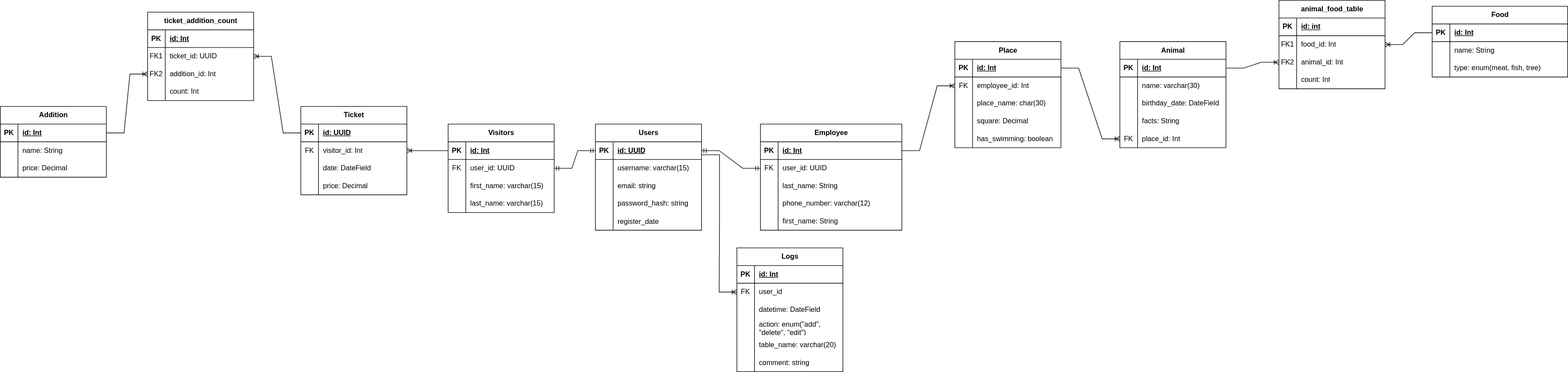
The draw.io diagram DM&DBMS.drawio.svg in mi-g-alex/DM-DBMS, before a commit. Source tidied: cells renumbered, new cells last; positions are measured from the earlier drawing's top-left corner, leaving out a move shared by most shapes.
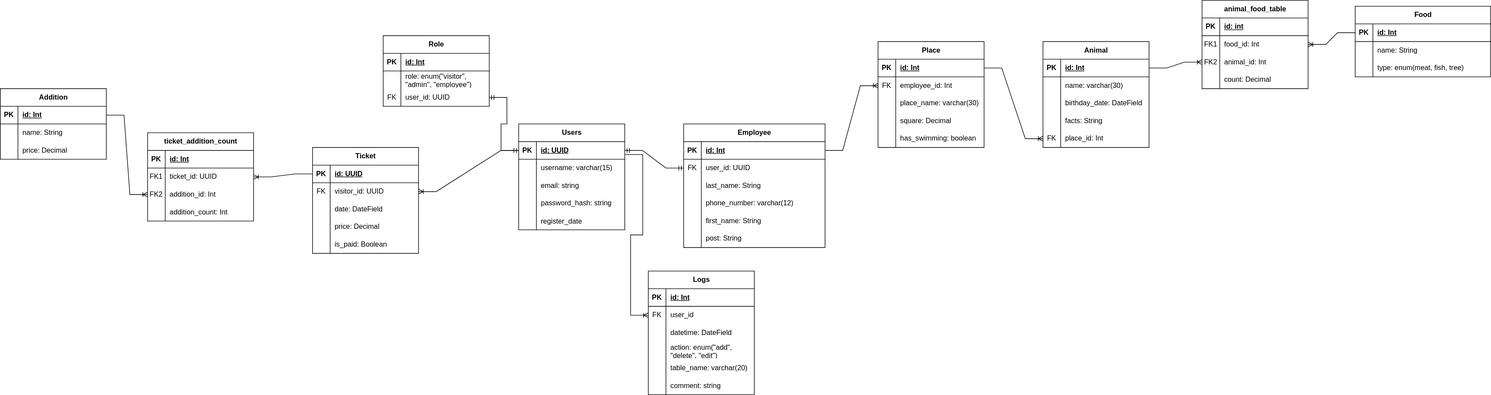
Above is the later version.

What changed in the source:
```diff
@@ -50,50 +50,8 @@
     <mxCell id="17" value="register_date" style="shape=partialRectangle;fillColor=none;top=0;left=0;bottom=0;right=0;align=left;spacingLeft=6;overflow=hidden;" parent="15" vertex="1">
       <mxGeometry x="30" width="150" height="30" as="geometry" />
     </mxCell>
-    <mxCell id="18" value="Visitors" style="shape=table;startSize=30;rowLines=0;fontStyle=1;align=center;html=1;" parent="1" vertex="1">
-      <mxGeometry x="760" y="210" width="180" height="150" as="geometry" />
-    </mxCell>
-    <mxCell id="19" style="shape=tableRow;horizontal=0;startSize=0;swimlaneHead=0;swimlaneBody=0;fillColor=none;points=[[0,0.5],[1,0.5]];portConstraint=eastwest;top=0;left=0;right=0;bottom=1;" parent="18" vertex="1">
-      <mxGeometry y="30" width="180" height="30" as="geometry" />
-    </mxCell>
-    <mxCell id="20" value="PK" style="shape=partialRectangle;fillColor=none;top=0;left=0;bottom=0;right=0;fontStyle=1;overflow=hidden;whiteSpace=wrap;html=1;" parent="19" vertex="1">
-      <mxGeometry width="30" height="30" as="geometry" />
-    </mxCell>
-    <mxCell id="21" value="id: Int" style="shape=partialRectangle;fillColor=none;top=0;left=0;bottom=0;right=0;align=left;spacingLeft=6;fontStyle=5;overflow=hidden;whiteSpace=wrap;html=1;" parent="19" vertex="1">
-      <mxGeometry x="30" width="150" height="30" as="geometry" />
-    </mxCell>
-    <mxCell id="22" style="shape=tableRow;horizontal=0;startSize=0;swimlaneHead=0;swimlaneBody=0;fillColor=none;points=[[0,0.5],[1,0.5]];portConstraint=eastwest;top=0;left=0;right=0;bottom=0;" parent="18" vertex="1">
-      <mxGeometry y="60" width="180" height="30" as="geometry" />
-    </mxCell>
-    <mxCell id="23" value="FK" style="shape=partialRectangle;fillColor=none;top=0;left=0;bottom=0;right=0;overflow=hidden;whiteSpace=wrap;html=1;" parent="22" vertex="1">
-      <mxGeometry width="30" height="30" as="geometry" />
-    </mxCell>
-    <mxCell id="24" value="user_id: UUID" style="shape=partialRectangle;fillColor=none;top=0;left=0;bottom=0;right=0;align=left;spacingLeft=6;overflow=hidden;whiteSpace=wrap;html=1;" parent="22" vertex="1">
-      <mxGeometry x="30" width="150" height="30" as="geometry" />
-    </mxCell>
-    <mxCell id="25" style="shape=tableRow;horizontal=0;startSize=0;swimlaneHead=0;swimlaneBody=0;fillColor=none;points=[[0,0.5],[1,0.5]];portConstraint=eastwest;top=0;left=0;right=0;bottom=0;" parent="18" vertex="1">
-      <mxGeometry y="90" width="180" height="30" as="geometry" />
-    </mxCell>
-    <mxCell id="26" style="shape=partialRectangle;fillColor=none;top=0;left=0;bottom=0;right=0;overflow=hidden;whiteSpace=wrap;html=1;" parent="25" vertex="1">
-      <mxGeometry width="30" height="30" as="geometry" />
-    </mxCell>
-    <mxCell id="27" value="first_name: varchar(15)" style="shape=partialRectangle;fillColor=none;top=0;left=0;bottom=0;right=0;align=left;spacingLeft=6;overflow=hidden;whiteSpace=wrap;html=1;" parent="25" vertex="1">
-      <mxGeometry x="30" width="150" height="30" as="geometry" />
-    </mxCell>
-    <mxCell id="28" style="shape=tableRow;horizontal=0;startSize=0;swimlaneHead=0;swimlaneBody=0;fillColor=none;top=0;left=0;right=0;bottom=0;" parent="18" vertex="1">
-      <mxGeometry y="120" width="180" height="30" as="geometry" />
-    </mxCell>
-    <mxCell id="29" style="shape=partialRectangle;fillColor=none;top=0;left=0;bottom=0;right=0;overflow=hidden;whiteSpace=wrap;html=1;" parent="28" vertex="1">
-      <mxGeometry width="30" height="30" as="geometry" />
-    </mxCell>
-    <mxCell id="30" value="last_name: varchar(15)" style="shape=partialRectangle;fillColor=none;top=0;left=0;bottom=0;right=0;align=left;spacingLeft=6;overflow=hidden;whiteSpace=wrap;html=1;" parent="28" vertex="1">
-      <mxGeometry x="30" width="150" height="30" as="geometry" />
-    </mxCell>
-    <mxCell id="31" style="edgeStyle=entityRelationEdgeStyle;fontSize=12;html=1;endArrow=ERmandOne;rounded=0;exitX=0;exitY=0.5;exitDx=0;exitDy=0;entryX=1;entryY=0.5;entryDx=0;entryDy=0;endFill=0;startArrow=ERmandOne;startFill=0;" parent="1" edge="1" source="3" target="22">
-      <mxGeometry relative="1" as="geometry" />
-    </mxCell>
     <mxCell id="32" value="Ticket" style="shape=table;startSize=30;rowLines=0;fontStyle=1;align=center;html=1;" parent="1" vertex="1">
-      <mxGeometry x="510" y="180" width="180" height="150" as="geometry" />
+      <mxGeometry x="660" y="250" width="180" height="180" as="geometry" />
     </mxCell>
     <mxCell id="33" style="shape=tableRow;horizontal=0;startSize=0;swimlaneHead=0;swimlaneBody=0;fillColor=none;points=[[0,0.5],[1,0.5]];portConstraint=eastwest;top=0;left=0;right=0;bottom=1;" parent="32" vertex="1">
       <mxGeometry y="30" width="180" height="30" as="geometry" />
@@ -110,7 +68,7 @@
     <mxCell id="37" value="FK" style="shape=partialRectangle;fillColor=none;top=0;left=0;bottom=0;right=0;overflow=hidden;whiteSpace=wrap;html=1;" parent="36" vertex="1">
       <mxGeometry width="30" height="30" as="geometry" />
     </mxCell>
-    <mxCell id="38" value="visitor&lt;span style=&quot;background-color: initial;&quot;&gt;_id: Int&lt;/span&gt;" style="shape=partialRectangle;fillColor=none;top=0;left=0;bottom=0;right=0;align=left;spacingLeft=6;overflow=hidden;whiteSpace=wrap;html=1;" parent="36" vertex="1">
+    <mxCell id="38" value="visitor&lt;span style=&quot;background-color: initial;&quot;&gt;_id: UUID&lt;/span&gt;" style="shape=partialRectangle;fillColor=none;top=0;left=0;bottom=0;right=0;align=left;spacingLeft=6;overflow=hidden;whiteSpace=wrap;html=1;" parent="36" vertex="1">
       <mxGeometry x="30" width="150" height="30" as="geometry" />
     </mxCell>
     <mxCell id="39" style="shape=tableRow;horizontal=0;startSize=0;swimlaneHead=0;swimlaneBody=0;fillColor=none;top=0;left=0;right=0;bottom=0;" parent="32" vertex="1">
@@ -131,8 +89,17 @@
     <mxCell id="44" value="price: Decimal" style="shape=partialRectangle;fillColor=none;top=0;left=0;bottom=0;right=0;align=left;spacingLeft=6;overflow=hidden;whiteSpace=wrap;html=1;" parent="42" vertex="1">
       <mxGeometry x="30" width="150" height="30" as="geometry" />
     </mxCell>
+    <mxCell id="167" style="shape=tableRow;horizontal=0;startSize=0;swimlaneHead=0;swimlaneBody=0;fillColor=none;top=0;left=0;right=0;bottom=0;" parent="32" vertex="1">
+      <mxGeometry y="150" width="180" height="30" as="geometry" />
+    </mxCell>
+    <mxCell id="168" style="shape=partialRectangle;fillColor=none;top=0;left=0;bottom=0;right=0;overflow=hidden;whiteSpace=wrap;html=1;" parent="167" vertex="1">
+      <mxGeometry width="30" height="30" as="geometry" />
+    </mxCell>
+    <mxCell id="169" value="is_paid: Boolean" style="shape=partialRectangle;fillColor=none;top=0;left=0;bottom=0;right=0;align=left;spacingLeft=6;overflow=hidden;whiteSpace=wrap;html=1;" parent="167" vertex="1">
+      <mxGeometry x="30" width="150" height="30" as="geometry" />
+    </mxCell>
     <mxCell id="45" value="Addition" style="shape=table;startSize=30;rowLines=0;fontStyle=1;align=center;html=1;" parent="1" vertex="1">
-      <mxGeometry y="180" width="180" height="120" as="geometry" />
+      <mxGeometry x="130" y="150" width="180" height="120" as="geometry" />
     </mxCell>
     <mxCell id="46" style="shape=tableRow;horizontal=0;startSize=0;swimlaneHead=0;swimlaneBody=0;fillColor=none;points=[[0,0.5],[1,0.5]];portConstraint=eastwest;top=0;left=0;right=0;bottom=1;" parent="45" vertex="1">
       <mxGeometry y="30" width="180" height="30" as="geometry" />
@@ -162,7 +129,7 @@
       <mxGeometry x="30" width="150" height="30" as="geometry" />
     </mxCell>
     <mxCell id="55" value="ticket_addition_count" style="shape=table;startSize=30;rowLines=0;fontStyle=1;align=center;html=1;" parent="1" vertex="1">
-      <mxGeometry x="250" y="20" width="180" height="150" as="geometry" />
+      <mxGeometry x="380" y="225" width="180" height="150" as="geometry" />
     </mxCell>
     <mxCell id="56" style="shape=tableRow;horizontal=0;startSize=0;swimlaneHead=0;swimlaneBody=0;fillColor=none;top=0;left=0;right=0;bottom=1;" parent="55" vertex="1">
       <mxGeometry y="30" width="180" height="30" as="geometry" />
@@ -197,11 +164,16 @@
     <mxCell id="66" style="shape=partialRectangle;fillColor=none;top=0;left=0;bottom=0;right=0;overflow=hidden;whiteSpace=wrap;html=1;" parent="65" vertex="1">
       <mxGeometry width="30" height="30" as="geometry" />
     </mxCell>
-    <mxCell id="67" value="count: Int" style="shape=partialRectangle;fillColor=none;top=0;left=0;bottom=0;right=0;align=left;spacingLeft=6;overflow=hidden;whiteSpace=wrap;html=1;" parent="65" vertex="1">
+    <mxCell id="67" value="addition_count: Int" style="shape=partialRectangle;fillColor=none;top=0;left=0;bottom=0;right=0;align=left;spacingLeft=6;overflow=hidden;whiteSpace=wrap;html=1;" parent="65" vertex="1">
       <mxGeometry x="30" width="150" height="30" as="geometry" />
     </mxCell>
-    <mxCell id="68" style="edgeStyle=entityRelationEdgeStyle;fontSize=12;html=1;endArrow=ERoneToMany;rounded=0;exitX=0;exitY=0.5;exitDx=0;exitDy=0;entryX=1;entryY=0.5;entryDx=0;entryDy=0;" parent="1" edge="1" source="19" target="36">
-      <mxGeometry relative="1" as="geometry" />
+    <mxCell id="68" style="edgeStyle=entityRelationEdgeStyle;fontSize=12;html=1;endArrow=ERoneToMany;rounded=0;exitX=0;exitY=0.5;exitDx=0;exitDy=0;entryX=1;entryY=0.5;entryDx=0;entryDy=0;" parent="1" edge="1" source="3" target="36">
+      <mxGeometry relative="1" as="geometry">
+        <Array as="points">
+          <mxPoint x="1010" y="255" />
+          <mxPoint x="880" y="255" />
+        </Array>
+      </mxGeometry>
     </mxCell>
     <mxCell id="69" style="edgeStyle=entityRelationEdgeStyle;fontSize=12;html=1;endArrow=ERoneToMany;rounded=0;exitX=1;exitY=0.5;exitDx=0;exitDy=0;entryX=0;entryY=0.5;entryDx=0;entryDy=0;" parent="1" edge="1" source="46" target="62">
       <mxGeometry relative="1" as="geometry" />
@@ -210,7 +182,7 @@
       <mxGeometry relative="1" as="geometry" />
     </mxCell>
     <mxCell id="71" value="Employee" style="shape=table;startSize=30;rowLines=0;fontStyle=1;align=center;html=1;" parent="1" vertex="1">
-      <mxGeometry x="1290" y="210" width="240" height="180" as="geometry" />
+      <mxGeometry x="1290" y="210" width="240" height="210" as="geometry" />
     </mxCell>
     <mxCell id="72" style="shape=tableRow;horizontal=0;startSize=0;swimlaneHead=0;swimlaneBody=0;fillColor=none;points=[[0,0.5],[1,0.5]];portConstraint=eastwest;top=0;left=0;right=0;bottom=1;" parent="71" vertex="1">
       <mxGeometry y="30" width="240" height="30" as="geometry" />
@@ -257,6 +229,15 @@
     <mxCell id="86" value="first_name: String" style="shape=partialRectangle;fillColor=none;top=0;left=0;bottom=0;right=0;align=left;spacingLeft=6;overflow=hidden;whiteSpace=wrap;html=1;" parent="84" vertex="1">
       <mxGeometry x="30" width="210" height="30" as="geometry" />
     </mxCell>
+    <mxCell id="170" style="shape=tableRow;horizontal=0;startSize=0;swimlaneHead=0;swimlaneBody=0;fillColor=none;top=0;left=0;right=0;bottom=0;" parent="71" vertex="1">
+      <mxGeometry y="180" width="240" height="30" as="geometry" />
+    </mxCell>
+    <mxCell id="171" style="shape=partialRectangle;fillColor=none;top=0;left=0;bottom=0;right=0;overflow=hidden;whiteSpace=wrap;html=1;" parent="170" vertex="1">
+      <mxGeometry width="30" height="30" as="geometry" />
+    </mxCell>
+    <mxCell id="172" value="post: String" style="shape=partialRectangle;fillColor=none;top=0;left=0;bottom=0;right=0;align=left;spacingLeft=6;overflow=hidden;whiteSpace=wrap;html=1;" parent="170" vertex="1">
+      <mxGeometry x="30" width="210" height="30" as="geometry" />
+    </mxCell>
     <mxCell id="87" value="Place" style="shape=table;startSize=30;rowLines=0;fontStyle=1;align=center;html=1;" parent="1" vertex="1">
       <mxGeometry x="1620" y="70" width="180" height="180" as="geometry" />
     </mxCell>
@@ -284,7 +265,7 @@
     <mxCell id="95" style="shape=partialRectangle;fillColor=none;top=0;left=0;bottom=0;right=0;overflow=hidden;whiteSpace=wrap;html=1;" parent="94" vertex="1">
       <mxGeometry width="30" height="30" as="geometry" />
     </mxCell>
-    <mxCell id="96" value="place_name: char(30)" style="shape=partialRectangle;fillColor=none;top=0;left=0;bottom=0;right=0;align=left;spacingLeft=6;overflow=hidden;whiteSpace=wrap;html=1;" parent="94" vertex="1">
+    <mxCell id="96" value="place_name: varchar(30)" style="shape=partialRectangle;fillColor=none;top=0;left=0;bottom=0;right=0;align=left;spacingLeft=6;overflow=hidden;whiteSpace=wrap;html=1;" parent="94" vertex="1">
       <mxGeometry x="30" width="150" height="30" as="geometry" />
     </mxCell>
     <mxCell id="97" style="shape=tableRow;horizontal=0;startSize=0;swimlaneHead=0;swimlaneBody=0;fillColor=none;top=0;left=0;right=0;bottom=0;" parent="87" vertex="1">
@@ -422,7 +403,7 @@
     <mxCell id="141" style="shape=partialRectangle;fillColor=none;top=0;left=0;bottom=0;right=0;overflow=hidden;whiteSpace=wrap;html=1;" parent="140" vertex="1">
       <mxGeometry width="30" height="30" as="geometry" />
     </mxCell>
-    <mxCell id="142" value="count: Int" style="shape=partialRectangle;fillColor=none;top=0;left=0;bottom=0;right=0;align=left;spacingLeft=6;overflow=hidden;whiteSpace=wrap;html=1;" parent="140" vertex="1">
+    <mxCell id="142" value="count: Decimal" style="shape=partialRectangle;fillColor=none;top=0;left=0;bottom=0;right=0;align=left;spacingLeft=6;overflow=hidden;whiteSpace=wrap;html=1;" parent="140" vertex="1">
       <mxGeometry x="30" width="150" height="30" as="geometry" />
     </mxCell>
     <mxCell id="143" style="edgeStyle=entityRelationEdgeStyle;fontSize=12;html=1;endArrow=ERoneToMany;rounded=0;entryX=0;entryY=0.5;entryDx=0;entryDy=0;exitX=1;exitY=0.5;exitDx=0;exitDy=0;" parent="1" edge="1" source="88" target="117">
@@ -438,7 +419,7 @@
       <mxGeometry relative="1" as="geometry" />
     </mxCell>
     <mxCell id="147" value="Logs" style="shape=table;startSize=30;rowLines=0;fontStyle=1;align=center;html=1;" parent="1" vertex="1">
-      <mxGeometry x="1250" y="420" width="180" height="210" as="geometry" />
+      <mxGeometry x="1230" y="460" width="180" height="210" as="geometry" />
     </mxCell>
     <mxCell id="148" style="shape=tableRow;horizontal=0;startSize=0;swimlaneHead=0;swimlaneBody=0;fillColor=none;top=0;left=0;right=0;bottom=1;" parent="147" vertex="1">
       <mxGeometry y="30" width="180" height="30" as="geometry" />
@@ -497,5 +478,38 @@
     <mxCell id="166" style="edgeStyle=entityRelationEdgeStyle;fontSize=12;html=1;endArrow=ERoneToMany;rounded=0;entryX=0;entryY=0.5;entryDx=0;entryDy=0;exitX=1.003;exitY=0.736;exitDx=0;exitDy=0;exitPerimeter=0;" parent="1" edge="1" source="3" target="151">
       <mxGeometry relative="1" as="geometry" />
     </mxCell>
+    <mxCell id="173" value="Role" style="shape=table;startSize=30;rowLines=0;fontStyle=1;align=center;html=1;" parent="1" vertex="1">
+      <mxGeometry x="780" y="60" width="180" height="120" as="geometry" />
+    </mxCell>
+    <mxCell id="19" style="shape=tableRow;horizontal=0;startSize=0;swimlaneHead=0;swimlaneBody=0;fillColor=none;points=[[0,0.5],[1,0.5]];portConstraint=eastwest;top=0;left=0;right=0;bottom=1;" parent="173" vertex="1">
+      <mxGeometry y="30" width="180" height="30" as="geometry" />
+    </mxCell>
+    <mxCell id="20" value="PK" style="shape=partialRectangle;fillColor=none;top=0;left=0;bottom=0;right=0;fontStyle=1;overflow=hidden;whiteSpace=wrap;html=1;" parent="19" vertex="1">
+      <mxGeometry width="30" height="30" as="geometry" />
+    </mxCell>
+    <mxCell id="21" value="id: Int" style="shape=partialRectangle;fillColor=none;top=0;left=0;bottom=0;right=0;align=left;spacingLeft=6;fontStyle=5;overflow=hidden;whiteSpace=wrap;html=1;" parent="19" vertex="1">
+      <mxGeometry x="30" width="150" height="30" as="geometry" />
+    </mxCell>
+    <mxCell id="22" style="shape=tableRow;horizontal=0;startSize=0;swimlaneHead=0;swimlaneBody=0;fillColor=none;points=[[0,0.5],[1,0.5]];portConstraint=eastwest;top=0;left=0;right=0;bottom=0;" parent="173" vertex="1">
+      <mxGeometry y="60" width="180" height="30" as="geometry" />
+    </mxCell>
+    <mxCell id="174" style="shape=partialRectangle;fillColor=none;top=0;left=0;bottom=0;right=0;overflow=hidden;whiteSpace=wrap;html=1;" parent="22" vertex="1">
+      <mxGeometry width="30" height="30" as="geometry" />
+    </mxCell>
+    <mxCell id="175" value="role: enum(&quot;visitor&quot;, &quot;admin&quot;, &quot;employee&quot;)" style="shape=partialRectangle;fillColor=none;top=0;left=0;bottom=0;right=0;align=left;spacingLeft=6;overflow=hidden;whiteSpace=wrap;html=1;" parent="22" vertex="1">
+      <mxGeometry x="30" width="150" height="30" as="geometry" />
+    </mxCell>
+    <mxCell id="25" style="shape=tableRow;horizontal=0;startSize=0;swimlaneHead=0;swimlaneBody=0;fillColor=none;points=[[0,0.5],[1,0.5]];portConstraint=eastwest;top=0;left=0;right=0;bottom=0;" parent="173" vertex="1">
+      <mxGeometry y="90" width="180" height="30" as="geometry" />
+    </mxCell>
+    <mxCell id="23" value="FK" style="shape=partialRectangle;fillColor=none;top=0;left=0;bottom=0;right=0;overflow=hidden;whiteSpace=wrap;html=1;" parent="25" vertex="1">
+      <mxGeometry width="30" height="30" as="geometry" />
+    </mxCell>
+    <mxCell id="24" value="user_id: UUID" style="shape=partialRectangle;fillColor=none;top=0;left=0;bottom=0;right=0;align=left;spacingLeft=6;overflow=hidden;whiteSpace=wrap;html=1;" parent="25" vertex="1">
+      <mxGeometry x="30" width="150" height="30" as="geometry" />
+    </mxCell>
+    <mxCell id="176" style="edgeStyle=entityRelationEdgeStyle;fontSize=12;html=1;endArrow=ERmandOne;startArrow=ERmandOne;rounded=0;entryX=1;entryY=0.5;entryDx=0;entryDy=0;exitX=0;exitY=0.5;exitDx=0;exitDy=0;" parent="1" edge="1" source="3" target="25">
+      <mxGeometry relative="1" as="geometry" />
+    </mxCell>
   </root>
 </mxGraphModel>
```
